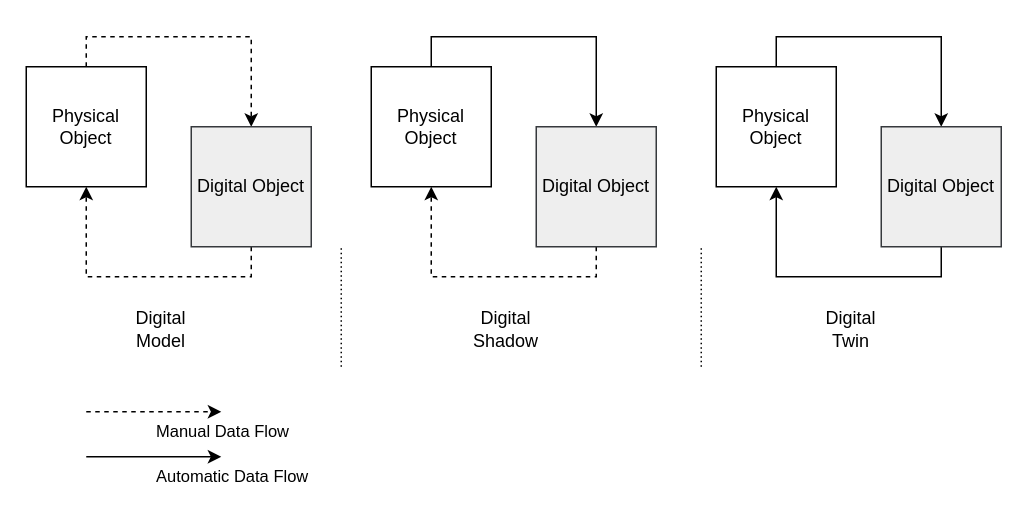
Above: figures/Kritzinger DS DM DT.drawio in fishingpvalues/masterthesis (draw.io), before the change. Source tidied: cells renumbered, new cells numbered last; positions are measured from the earlier drawing's top-left corner, leaving out a move shared by most shapes. Both pictures are drawn from the tidied source at 150%, with x=0, y=0 at pixel (26, 66).
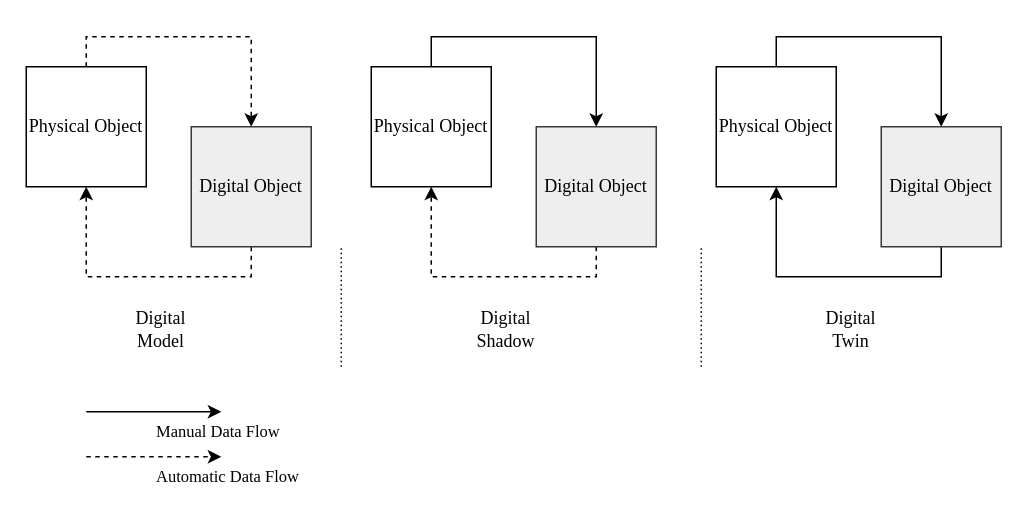
After the change.

Change to the diagram source:
```diff
@@
-    <mxCell id="2" style="edgeStyle=orthogonalEdgeStyle;rounded=0;jettySize=auto;html=1;entryX=0.5;entryY=0;entryDx=0;entryDy=0;exitX=0.5;exitY=0;exitDx=0;exitDy=0;dashed=1;" parent="1" edge="1" source="3" target="5">
+    <mxCell id="2" style="edgeStyle=orthogonalEdgeStyle;rounded=0;jettySize=auto;html=1;entryX=0.5;entryY=0;entryDx=0;entryDy=0;exitX=0.5;exitY=0;exitDx=0;exitDy=0;dashed=1;fontFamily=Times New Roman;" parent="1" edge="1" source="3" target="5">
       <mxGeometry relative="1" as="geometry" />
     </mxCell>
-    <mxCell id="3" value="Physical Object" style="whiteSpace=wrap;html=1;" parent="1" vertex="1">
+    <mxCell id="3" value="Physical Object" style="whiteSpace=wrap;html=1;fontFamily=Times New Roman;" parent="1" vertex="1">
       <mxGeometry width="80" height="80" as="geometry" />
     </mxCell>
-    <mxCell id="4" style="edgeStyle=orthogonalEdgeStyle;rounded=0;jettySize=auto;html=1;entryX=0.5;entryY=1;entryDx=0;entryDy=0;exitX=0.5;exitY=1;exitDx=0;exitDy=0;dashed=1;" parent="1" edge="1" source="5" target="3">
+    <mxCell id="4" style="edgeStyle=orthogonalEdgeStyle;rounded=0;jettySize=auto;html=1;entryX=0.5;entryY=1;entryDx=0;entryDy=0;exitX=0.5;exitY=1;exitDx=0;exitDy=0;dashed=1;fontFamily=Times New Roman;" parent="1" edge="1" source="5" target="3">
       <mxGeometry relative="1" as="geometry" />
     </mxCell>
-    <mxCell id="5" value="Digital Object" style="whiteSpace=wrap;html=1;fillColor=#eeeeee;strokeColor=#36393d;" parent="1" vertex="1">
+    <mxCell id="5" value="Digital Object" style="whiteSpace=wrap;html=1;fillColor=#eeeeee;strokeColor=#36393d;fontFamily=Times New Roman;" parent="1" vertex="1">
       <mxGeometry x="110" y="40" width="80" height="80" as="geometry" />
     </mxCell>
-    <mxCell id="6" value="Digital Model" style="text;html=1;align=center;verticalAlign=middle;whiteSpace=wrap;rounded=0;" parent="1" vertex="1">
+    <mxCell id="6" value="Digital Model" style="text;html=1;align=center;verticalAlign=middle;whiteSpace=wrap;rounded=0;fontFamily=Times New Roman;" parent="1" vertex="1">
       <mxGeometry x="60" y="160" width="60" height="30" as="geometry" />
     </mxCell>
-    <mxCell id="7" style="edgeStyle=orthogonalEdgeStyle;rounded=0;jettySize=auto;html=1;entryX=0.5;entryY=0;entryDx=0;entryDy=0;exitX=0.5;exitY=0;exitDx=0;exitDy=0;" parent="1" edge="1" source="8" target="10">
+    <mxCell id="7" style="edgeStyle=orthogonalEdgeStyle;rounded=0;jettySize=auto;html=1;entryX=0.5;entryY=0;entryDx=0;entryDy=0;exitX=0.5;exitY=0;exitDx=0;exitDy=0;fontFamily=Times New Roman;" parent="1" edge="1" source="8" target="10">
       <mxGeometry relative="1" as="geometry" />
     </mxCell>
-    <mxCell id="8" value="Physical Object" style="whiteSpace=wrap;html=1;" parent="1" vertex="1">
+    <mxCell id="8" value="Physical Object" style="whiteSpace=wrap;html=1;fontFamily=Times New Roman;" parent="1" vertex="1">
       <mxGeometry x="230" width="80" height="80" as="geometry" />
     </mxCell>
-    <mxCell id="9" style="edgeStyle=orthogonalEdgeStyle;rounded=0;jettySize=auto;html=1;entryX=0.5;entryY=1;entryDx=0;entryDy=0;exitX=0.5;exitY=1;exitDx=0;exitDy=0;dashed=1;" parent="1" edge="1" source="10" target="8">
+    <mxCell id="9" style="edgeStyle=orthogonalEdgeStyle;rounded=0;jettySize=auto;html=1;entryX=0.5;entryY=1;entryDx=0;entryDy=0;exitX=0.5;exitY=1;exitDx=0;exitDy=0;dashed=1;fontFamily=Times New Roman;" parent="1" edge="1" source="10" target="8">
       <mxGeometry relative="1" as="geometry" />
     </mxCell>
-    <mxCell id="10" value="Digital Object" style="whiteSpace=wrap;html=1;fillColor=#eeeeee;strokeColor=#36393d;" parent="1" vertex="1">
+    <mxCell id="10" value="Digital Object" style="whiteSpace=wrap;html=1;fillColor=#eeeeee;strokeColor=#36393d;fontFamily=Times New Roman;" parent="1" vertex="1">
       <mxGeometry x="340" y="40" width="80" height="80" as="geometry" />
     </mxCell>
-    <mxCell id="11" value="Digital Shadow" style="text;html=1;align=center;verticalAlign=middle;whiteSpace=wrap;rounded=0;" parent="1" vertex="1">
+    <mxCell id="11" value="Digital Shadow" style="text;html=1;align=center;verticalAlign=middle;whiteSpace=wrap;rounded=0;fontFamily=Times New Roman;" parent="1" vertex="1">
       <mxGeometry x="290" y="160" width="60" height="30" as="geometry" />
     </mxCell>
-    <mxCell id="12" style="edgeStyle=orthogonalEdgeStyle;rounded=0;jettySize=auto;html=1;entryX=0.5;entryY=0;entryDx=0;entryDy=0;exitX=0.5;exitY=0;exitDx=0;exitDy=0;" parent="1" edge="1" source="13" target="15">
+    <mxCell id="12" style="edgeStyle=orthogonalEdgeStyle;rounded=0;jettySize=auto;html=1;entryX=0.5;entryY=0;entryDx=0;entryDy=0;exitX=0.5;exitY=0;exitDx=0;exitDy=0;fontFamily=Times New Roman;" parent="1" edge="1" source="13" target="15">
       <mxGeometry relative="1" as="geometry" />
     </mxCell>
-    <mxCell id="13" value="Physical Object" style="whiteSpace=wrap;html=1;" parent="1" vertex="1">
+    <mxCell id="13" value="Physical Object" style="whiteSpace=wrap;html=1;fontFamily=Times New Roman;" parent="1" vertex="1">
       <mxGeometry x="460" width="80" height="80" as="geometry" />
     </mxCell>
-    <mxCell id="14" style="edgeStyle=orthogonalEdgeStyle;rounded=0;jettySize=auto;html=1;entryX=0.5;entryY=1;entryDx=0;entryDy=0;exitX=0.5;exitY=1;exitDx=0;exitDy=0;" parent="1" edge="1" source="15" target="13">
+    <mxCell id="14" style="edgeStyle=orthogonalEdgeStyle;rounded=0;jettySize=auto;html=1;entryX=0.5;entryY=1;entryDx=0;entryDy=0;exitX=0.5;exitY=1;exitDx=0;exitDy=0;fontFamily=Times New Roman;" parent="1" edge="1" source="15" target="13">
       <mxGeometry relative="1" as="geometry" />
     </mxCell>
-    <mxCell id="15" value="Digital Object" style="whiteSpace=wrap;html=1;fillColor=#eeeeee;strokeColor=#36393d;" parent="1" vertex="1">
+    <mxCell id="15" value="Digital Object" style="whiteSpace=wrap;html=1;fillColor=#eeeeee;strokeColor=#36393d;fontFamily=Times New Roman;" parent="1" vertex="1">
       <mxGeometry x="570" y="40" width="80" height="80" as="geometry" />
     </mxCell>
-    <mxCell id="16" value="Digital Twin" style="text;html=1;align=center;verticalAlign=middle;whiteSpace=wrap;rounded=0;" parent="1" vertex="1">
+    <mxCell id="16" value="Digital Twin" style="text;html=1;align=center;verticalAlign=middle;whiteSpace=wrap;rounded=0;fontFamily=Times New Roman;" parent="1" vertex="1">
       <mxGeometry x="520" y="160" width="60" height="30" as="geometry" />
     </mxCell>
-    <mxCell id="17" style="endArrow=none;html=1;rounded=0;dashed=1;dashPattern=1 2;" parent="1" edge="1">
+    <mxCell id="17" style="endArrow=none;html=1;rounded=0;dashed=1;dashPattern=1 2;fontFamily=Times New Roman;" parent="1" edge="1">
       <mxGeometry relative="1" as="geometry">
         <mxPoint x="210" y="200" as="sourcePoint" />
         <mxPoint x="210" y="120" as="targetPoint" />
       </mxGeometry>
     </mxCell>
-    <mxCell id="18" style="endArrow=none;html=1;rounded=0;dashed=1;dashPattern=1 2;" parent="1" edge="1">
+    <mxCell id="18" style="endArrow=none;html=1;rounded=0;dashed=1;dashPattern=1 2;fontFamily=Times New Roman;" parent="1" edge="1">
       <mxGeometry relative="1" as="geometry">
         <mxPoint x="450" y="200" as="sourcePoint" />
         <mxPoint x="450" y="120" as="targetPoint" />
       </mxGeometry>
     </mxCell>
-    <mxCell id="19" value="Manual Data Flow" style="endArrow=classic;html=1;rounded=0;align=left;labelPosition=right;verticalLabelPosition=middle;verticalAlign=top;dashed=1;" parent="1" edge="1">
+    <mxCell id="19" value="Manual Data Flow" style="endArrow=classic;html=1;rounded=0;align=left;labelPosition=right;verticalLabelPosition=middle;verticalAlign=top;fontFamily=Times New Roman;" parent="1" edge="1">
       <mxGeometry relative="1" as="geometry">
         <mxPoint x="40" y="230" as="sourcePoint" />
         <mxPoint x="130" y="230" as="targetPoint" />
       </mxGeometry>
     </mxCell>
-    <mxCell id="20" value="Automatic Data Flow" style="endArrow=classic;html=1;rounded=0;align=left;labelPosition=right;verticalLabelPosition=middle;verticalAlign=top;" parent="1" edge="1">
+    <mxCell id="20" value="Automatic Data Flow" style="endArrow=classic;html=1;rounded=0;align=left;labelPosition=right;verticalLabelPosition=middle;verticalAlign=top;dashed=1;fontFamily=Times New Roman;" parent="1" edge="1">
       <mxGeometry relative="1" as="geometry">
         <mxPoint x="40" y="260" as="sourcePoint" />
         <mxPoint x="130" y="260" as="targetPoint" />
       </mxGeometry>
     </mxCell>
```
